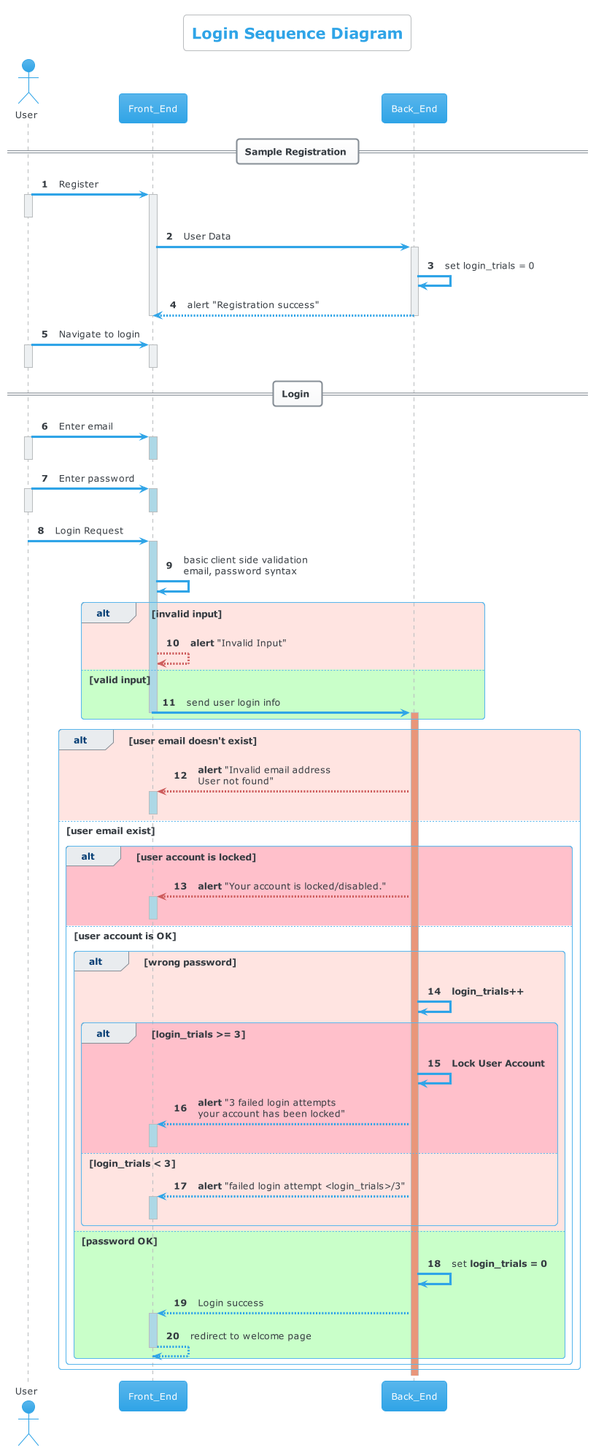
The PlantUML diagram SWE/SWE_02_DrawYourFirstSequenceDiagram/Login_Sequence_Diagram.png in HossamElwahsh/sprints-automotive, before a commit. The source it was exported from:
```plantuml
@startuml
!theme cerulean
title Login Sequence Diagram
autonumber
actor User

skinparam backgroundColor #white

== Sample Registration ==
User -> Front_End: Register
activate Front_End
activate User
deactivate User
Front_End -> Back_End: User Data
activate Back_End
Back_End -> Back_End: set login_trials = 0
Back_End --> Front_End: alert "Registration success"
deactivate Back_End
deactivate Front_End

User -> Front_End: Navigate to login
activate Front_End
activate User
deactivate Front_End
deactivate User

== Login ==
User -> Front_End: Enter email
activate Front_End #lightblue
activate User
deactivate Front_End
deactivate User
User -> Front_End: Enter password
activate Front_End #lightblue
deactivate Front_End
activate User
deactivate User

User -> Front_End: Login Request
activate Front_End #lightblue
Front_End -> Front_End: basic client side validation\nemail, password syntax

alt #mistyrose invalid input
    Front_End -[#indianred]-> Front_End: **alert** "Invalid Input"

else #technology valid input
    Front_End -> Back_End: send user login info

    deactivate Front_End #lightblue
    activate Back_End #darkSalmon
end

alt #mistyrose user email doesn't exist

Back_End -[#indianred]-> Front_End: **alert** "Invalid email address\nUser not found"
activate Front_End #lightblue
deactivate Front_End

else #white user email exist
    alt #pink user account is locked
    Back_End -[#indianred]-> Front_End: **alert** "Your account is locked/disabled."
    activate Front_End #lightblue
    deactivate Front_End

    else #white user account is OK
        alt #mistyrose wrong password
        Back_End -> Back_End: **login_trials++**

            alt #pink login_trials >= 3
                Back_End -> Back_End: **Lock User Account**
                Back_End --> Front_End: **alert** "3 failed login attempts\nyour account has been locked"
                activate Front_End #lightblue
                deactivate Front_End

            else #mistyrose login_trials < 3
            Back_End --> Front_End: **alert** "failed login attempt <login_trials>/3"
            activate Front_End #lightblue
            deactivate Front_End

            end

        else #technology password OK
            Back_End -> Back_End: set **login_trials = 0**
            Back_End --> Front_End: Login success
            activate Front_End #lightblue
            Front_End --> Front_End: redirect to welcome page
            deactivate Front_End
        end
    end

end

@enduml
```
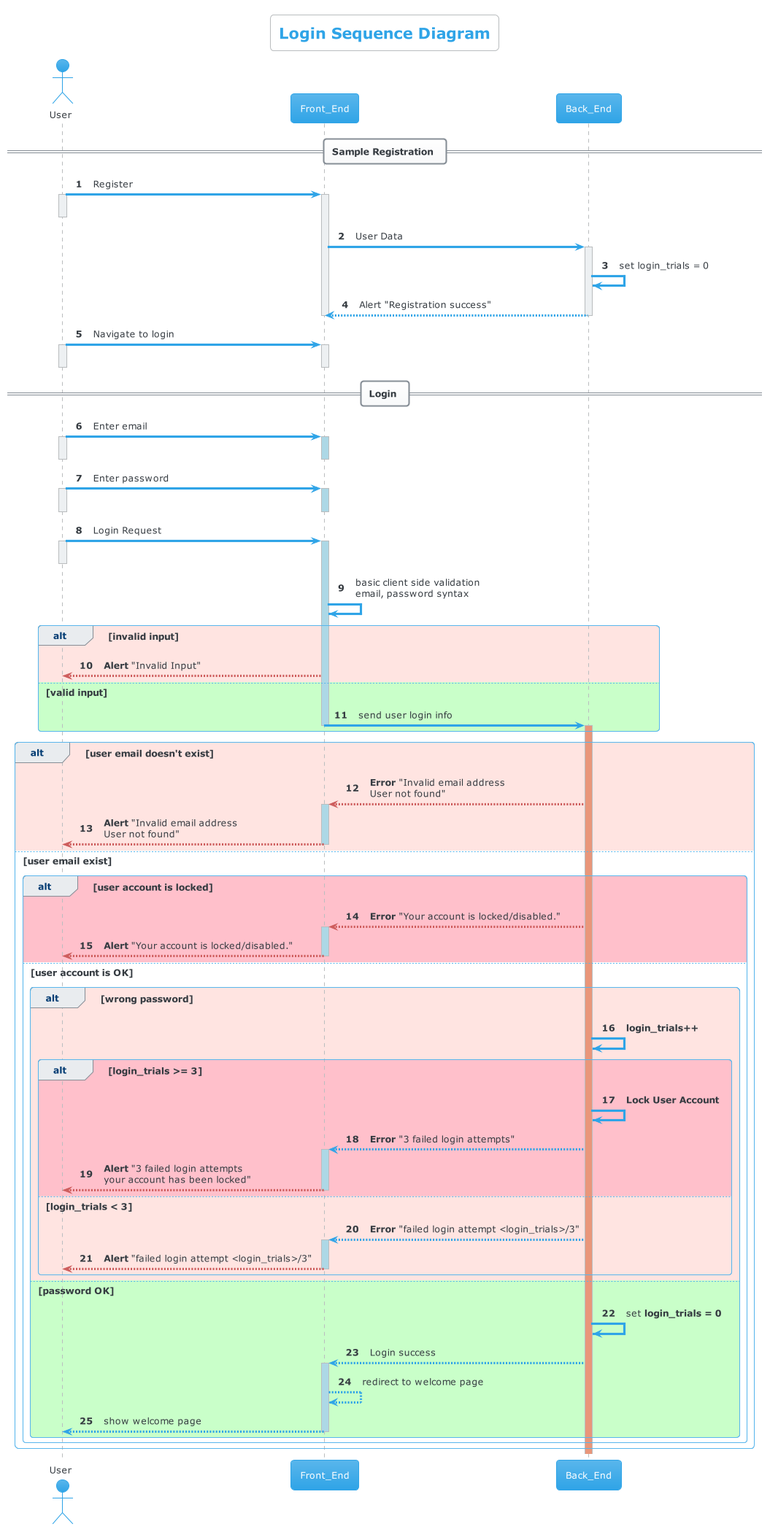
Above is the later version.

Commit message:
update <SWE>: tweaks to login sequence diagram

The edit, as a diff of the source:
```diff
@@ -14,7 +14,7 @@
 Front_End -> Back_End: User Data
 activate Back_End
 Back_End -> Back_End: set login_trials = 0
-Back_End --> Front_End: alert "Registration success"
+Back_End --> Front_End: Alert "Registration success"
 deactivate Back_End
 deactivate Front_End
 
@@ -37,11 +37,13 @@
 deactivate User
 
 User -> Front_End: Login Request
+activate User
+deactivate User
 activate Front_End #lightblue
 Front_End -> Front_End: basic client side validation\nemail, password syntax
 
 alt #mistyrose invalid input
-    Front_End -[#indianred]-> Front_End: **alert** "Invalid Input"
+    Front_End -[#indianred]-> User: **Alert** "Invalid Input"
 
 else #technology valid input
     Front_End -> Back_End: send user login info
@@ -52,14 +54,16 @@
 
 alt #mistyrose user email doesn't exist
 
-Back_End -[#indianred]-> Front_End: **alert** "Invalid email address\nUser not found"
+Back_End -[#indianred]-> Front_End: **Error** "Invalid email address\nUser not found"
 activate Front_End #lightblue
+User <-[#indianred]- Front_End: **Alert** "Invalid email address\nUser not found"
 deactivate Front_End
 
 else #white user email exist
     alt #pink user account is locked
-    Back_End -[#indianred]-> Front_End: **alert** "Your account is locked/disabled."
+    Back_End -[#indianred]-> Front_End: **Error** "Your account is locked/disabled."
     activate Front_End #lightblue
+    User <-[#indianred]- Front_End: **Alert** "Your account is locked/disabled."
     deactivate Front_End
 
     else #white user account is OK
@@ -68,13 +72,15 @@
 
             alt #pink login_trials >= 3
                 Back_End -> Back_End: **Lock User Account**
-                Back_End --> Front_End: **alert** "3 failed login attempts\nyour account has been locked"
+                Back_End --> Front_End: **Error** "3 failed login attempts"
                 activate Front_End #lightblue
+                User <-[#indianred]- Front_End: **Alert** "3 failed login attempts\nyour account has been locked"
                 deactivate Front_End
 
             else #mistyrose login_trials < 3
-            Back_End --> Front_End: **alert** "failed login attempt <login_trials>/3"
+            Back_End --> Front_End: **Error** "failed login attempt <login_trials>/3"
             activate Front_End #lightblue
+            User <-[#indianred]- Front_End: **Alert** "failed login attempt <login_trials>/3"
             deactivate Front_End
 
             end
@@ -84,6 +90,7 @@
             Back_End --> Front_End: Login success
             activate Front_End #lightblue
             Front_End --> Front_End: redirect to welcome page
+            Front_End --> User: show welcome page
             deactivate Front_End
         end
     end
```
